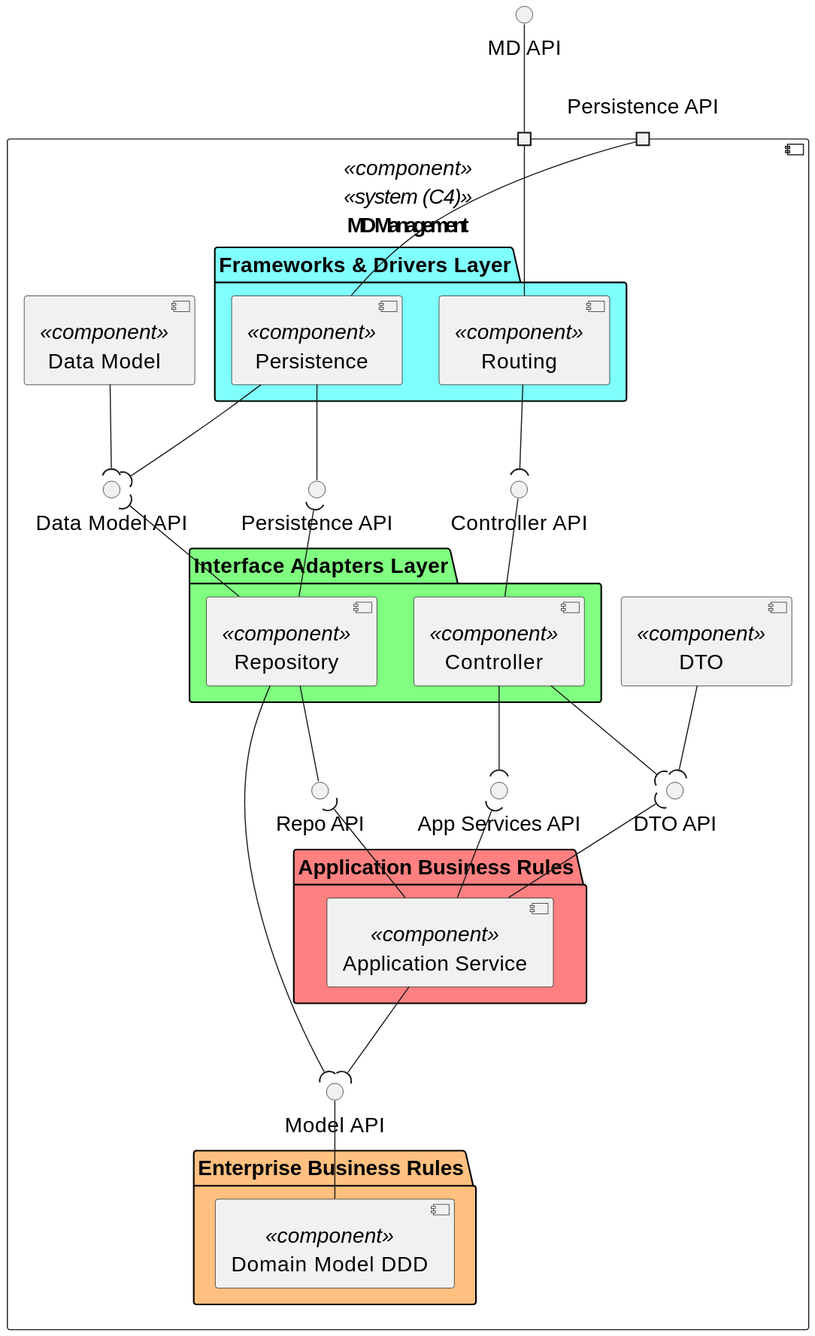
Before: _wiki/views/level-3/assets/logic-view.svg, a diagram exported from PlantUML (miseEnPlace-dev/lapr5). Its diagram source:
```plantuml
@startuml
skinparamlocked defaultFontSize 20

top to bottom direction

interface "MD API" as API

component "MD Devices" as MDD <<component>> <<system (C4)>> {
  portin " " AS P1
  portin "Persistence API" as P2

  Interface "Controller API" as CTRL_API
  Interface "Data Model API" AS DATA_API


  folder "Frameworks & Drivers Layer" #80FFFF {
    component "Routing" as ROUTE <<component>> {
    }
    component "Persistence" as PERSISTENCE <<component>> {
    }
  }

  component "Data Model" as DATA <<component>> {
  }
  component "DTO" as DTO <<component>> {
  }

  Interface "App Services API" AS SRV_API
  Interface "DTO API" AS DTO_API
  Interface "Repo API" AS REPO_API
  Interface "Model API" AS MODEL_API
  Interface "Persistence API" AS PERSISTENCE_API

  folder "Interface Adapters Layer" #80FF80 {
    component "Controller" as CTRL <<component>> {
    }
    component "Repository" as REPO <<component>> {
    }
  }

  folder "Application Business Rules" #FF8080 {
    component "Application Service" as SRV <<component>> {
    }
  }

  folder "Enterprise Business Rules" #FFC080 {
    component "Domain Model DDD" as MODEL <<component>> {
    }
  }
}

API -- P1

ROUTE --- P1
PERSISTENCE -- P2

ROUTE --( CTRL_API
CTRL -up- CTRL_API
PERSISTENCE -- PERSISTENCE_API
REPO -up-( PERSISTENCE_API
PERSISTENCE --( DATA_API
REPO -up-( DATA_API
DATA --( DATA_API

CTRL --( SRV_API
SRV -up-( SRV_API
SRV -up-( DTO_API
CTRL --( DTO_API
DTO --( DTO_API

REPO -- REPO_API
SRV -up-( REPO_API

SRV --( MODEL_API
REPO --( MODEL_API
MODEL -up- MODEL_API
@enduml
```
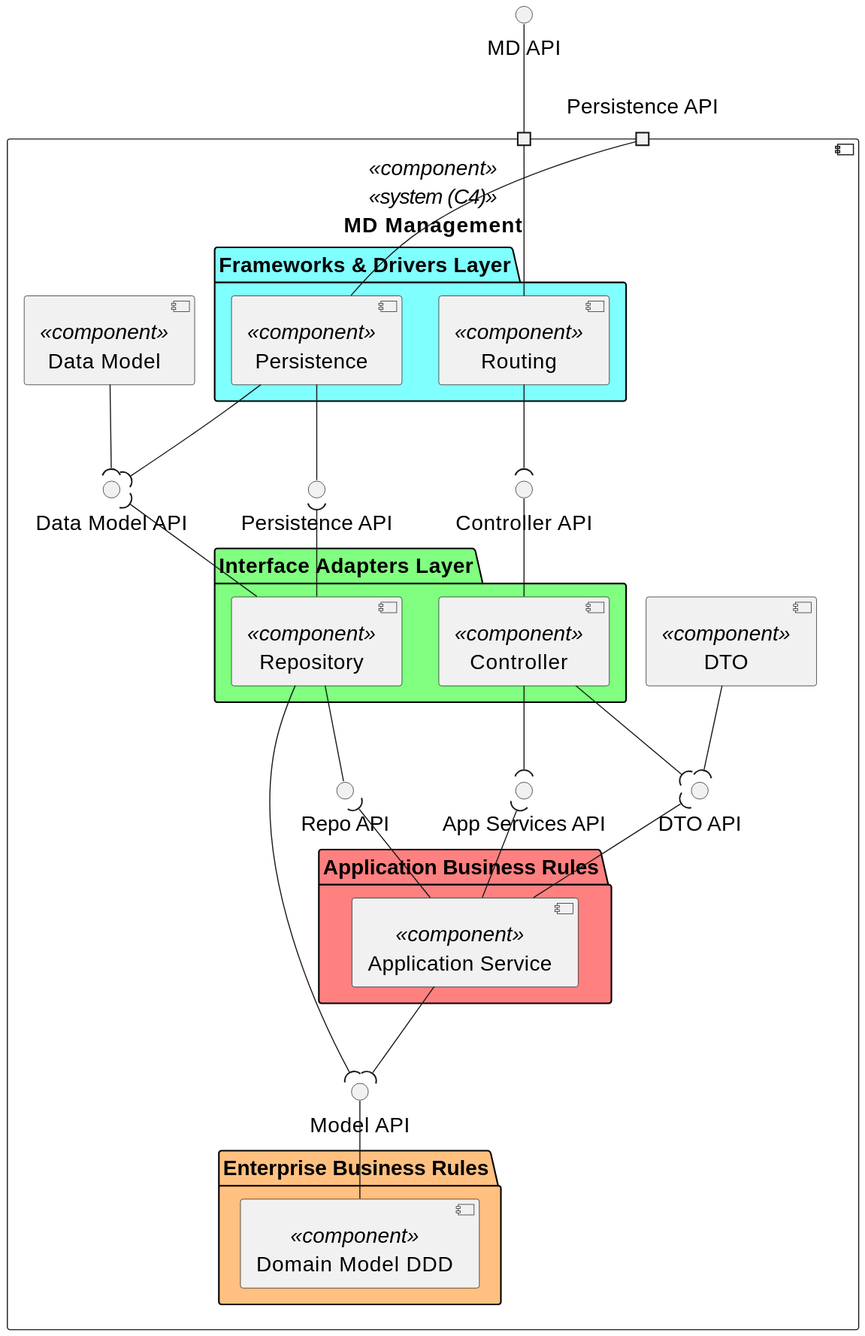
Later version of the same file.

What changed in the source:
```diff
@@ -5,12 +5,12 @@
 
 interface "MD API" as API
 
-component "MD Devices" as MDD <<component>> <<system (C4)>> {
-  portin " " AS P1
+component "MD Management" as MDM <<component>> <<system (C4)>> {
+  portin " " as P1
   portin "Persistence API" as P2
 
   Interface "Controller API" as CTRL_API
-  Interface "Data Model API" AS DATA_API
+  Interface "Data Model API" as DATA_API
 
 
   folder "Frameworks & Drivers Layer" #80FFFF {
```
